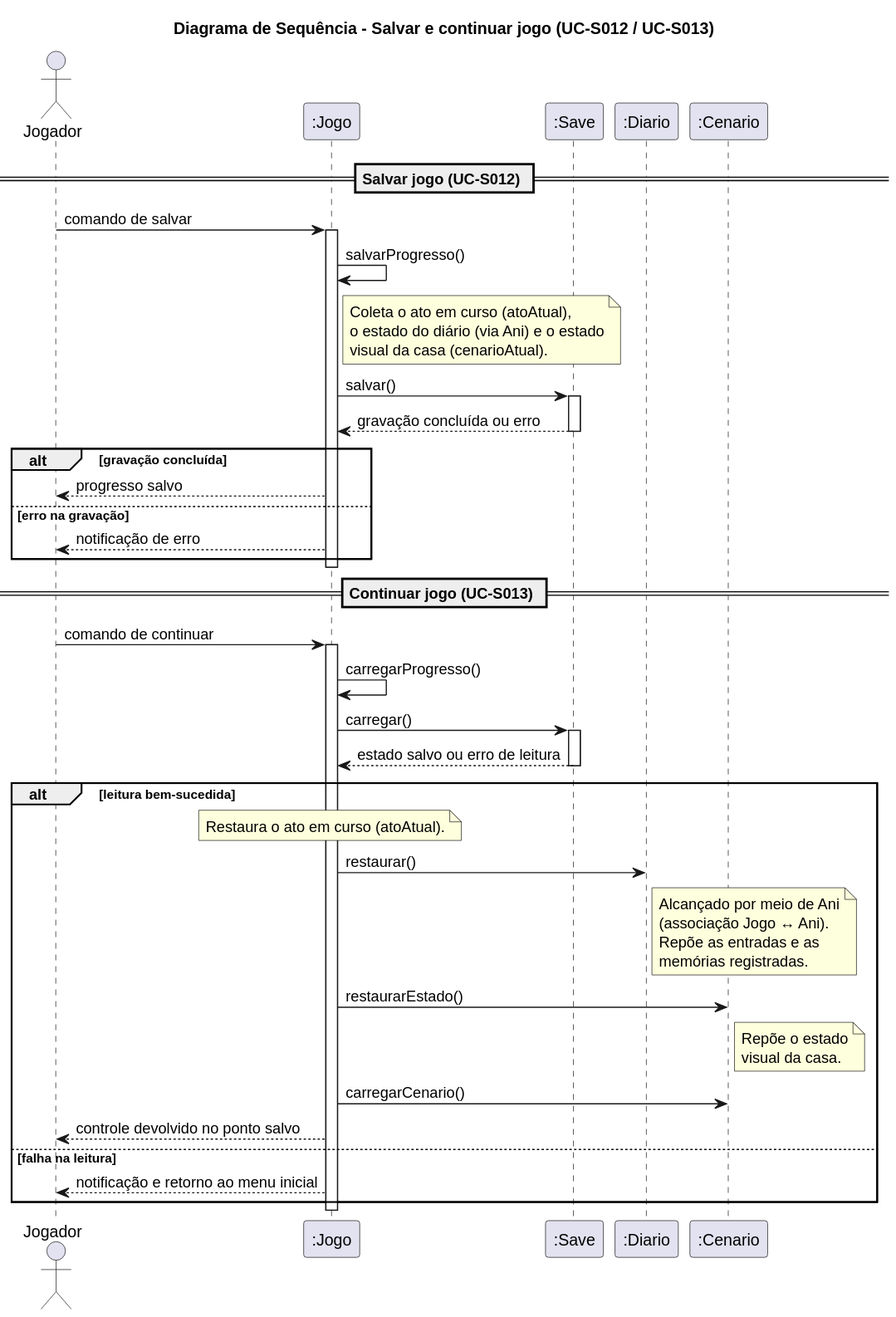
The PlantUML diagram docs/diagramas/sequencia-salvar-continuar.svg in omatheusfaria/Ani, before a commit.
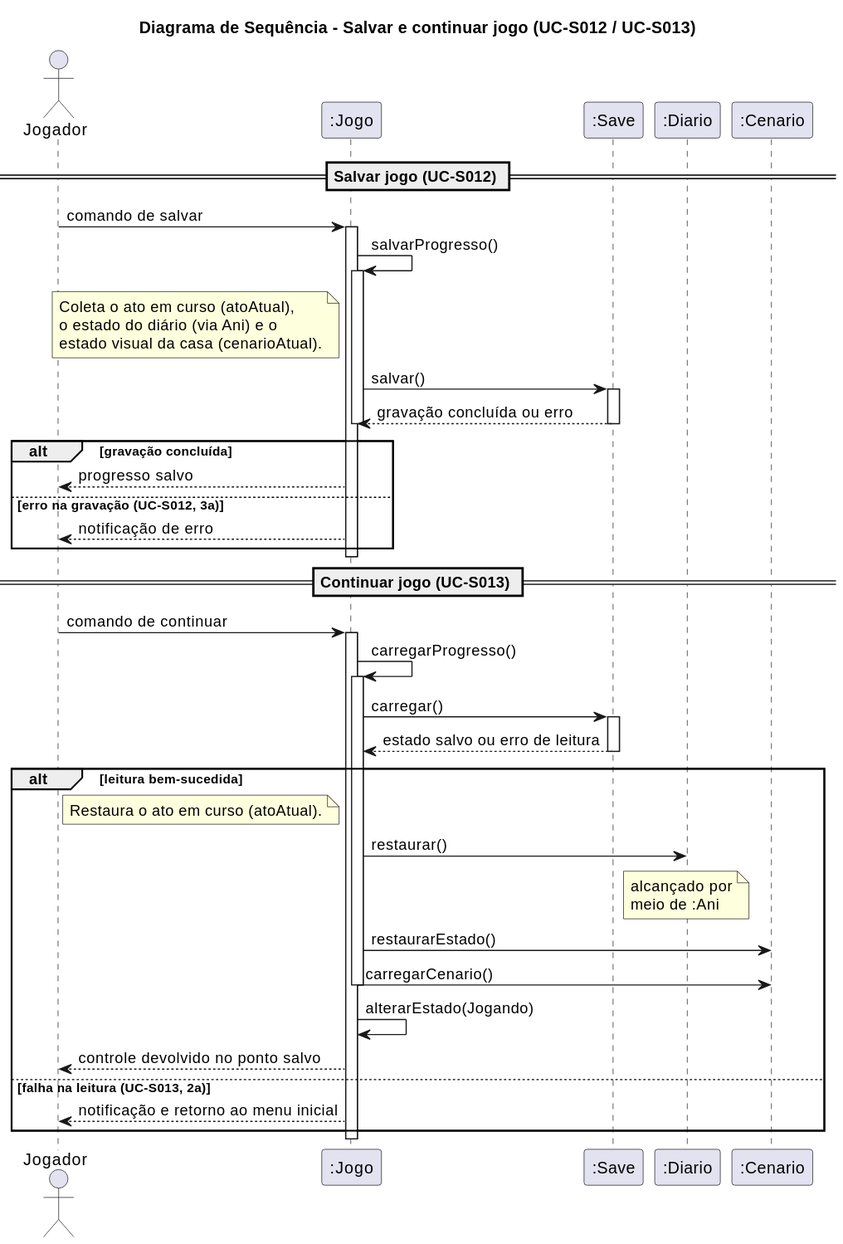
The same file after the commit.

Diff of the diagram source:
```diff
@@ -11,18 +11,20 @@
 Jogador -> Jogo : comando de salvar
 activate Jogo
 Jogo -> Jogo : salvarProgresso()
-note right of Jogo
+activate Jogo
+note left of Jogo
   Coleta o ato em curso (atoAtual),
-  o estado do diário (via Ani) e o estado
-  visual da casa (cenarioAtual).
+  o estado do diário (via Ani) e o
+  estado visual da casa (cenarioAtual).
 end note
 Jogo -> Save : salvar()
 activate Save
 Save --> Jogo : gravação concluída ou erro
 deactivate Save
+deactivate Jogo
 alt gravação concluída
   Jogo --> Jogador : progresso salvo
-else erro na gravação
+else erro na gravação (UC-S012, 3a)
   Jogo --> Jogador : notificação de erro
 end
 deactivate Jogo
@@ -31,19 +33,21 @@
 Jogador -> Jogo : comando de continuar
 activate Jogo
 Jogo -> Jogo : carregarProgresso()
+activate Jogo
 Jogo -> Save : carregar()
 activate Save
 Save --> Jogo : estado salvo ou erro de leitura
 deactivate Save
 alt leitura bem-sucedida
-  note over Jogo : Restaura o ato em curso (atoAtual).
+  note left of Jogo : Restaura o ato em curso (atoAtual).
   Jogo -> Diario : restaurar()
-  note right of Diario : Alcançado por meio de Ani\n(associação Jogo ↔ Ani).\nRepõe as entradas e as\nmemórias registradas.
+  note over Diario : alcançado por\nmeio de :Ani
   Jogo -> Cen : restaurarEstado()
-  note right of Cen : Repõe o estado\nvisual da casa.
   Jogo -> Cen : carregarCenario()
+  deactivate Jogo
+  Jogo -> Jogo : alterarEstado(Jogando)
   Jogo --> Jogador : controle devolvido no ponto salvo
-else falha na leitura
+else falha na leitura (UC-S013, 2a)
   Jogo --> Jogador : notificação e retorno ao menu inicial
 end
 deactivate Jogo
```
